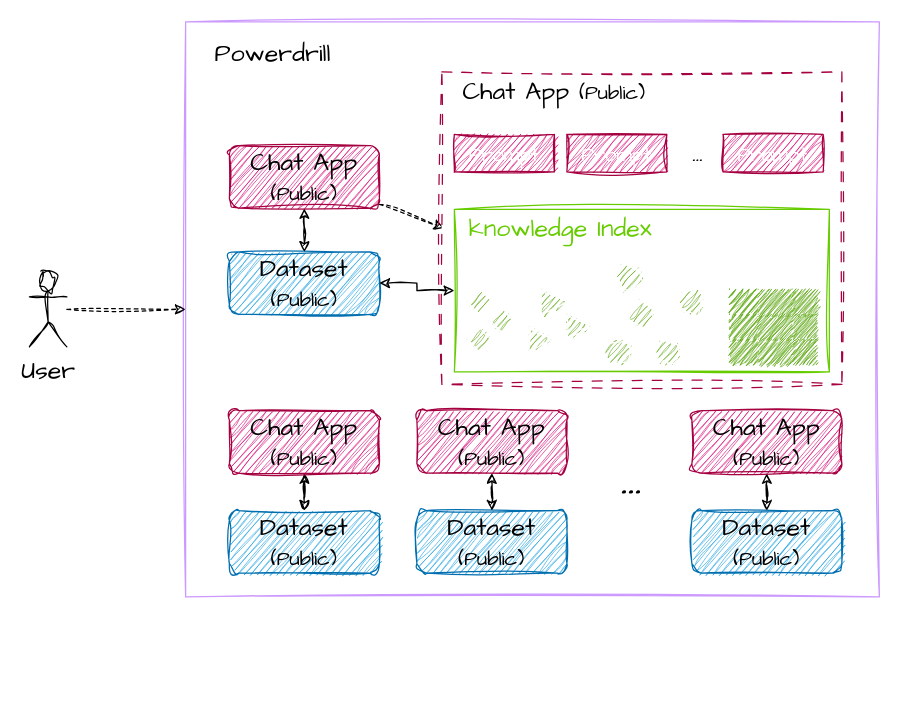
Earlier version of the draw.io diagram images/chat_app.drawio (powerdrillai/powerdrill_docs). Source tidied: cells renumbered, new cells numbered last; positions are measured from the earlier drawing's top-left corner, leaving out a move shared by most shapes. Both pictures are drawn from the tidied source at 125%, with x=0, y=0 at pixel (29, 21).
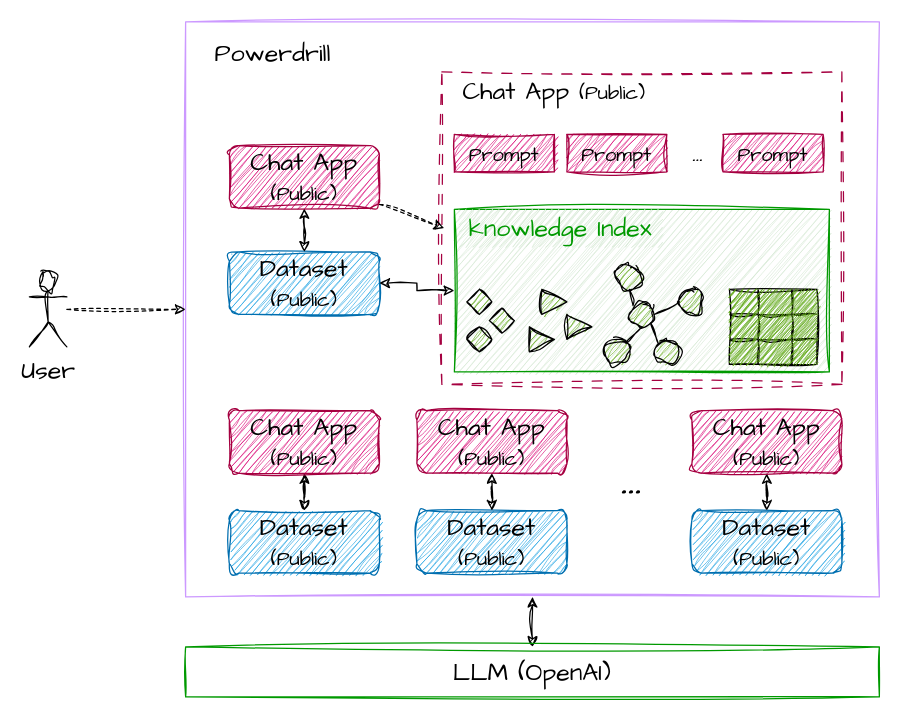
The same page after the edit.

Commit message (it also covers changes not shown here):
Update chat app doc

The change refers to these unchanged cells:
```xml
<mxCell id="2" style="rounded=0;whiteSpace=wrap;html=1;sketch=1;hachureGap=4;jiggle=2;curveFitting=1;fontFamily=Architects Daughter;fontSize=20;strokeColor=#CC99FF;" parent="1" vertex="1">
  <mxGeometry x="125" width="555" height="460" as="geometry" />
</mxCell>
```

Change to the diagram source:
```diff
@@
+    <mxCell id="65" style="edgeStyle=orthogonalEdgeStyle;rounded=0;sketch=1;hachureGap=4;jiggle=2;curveFitting=1;jettySize=auto;html=1;fontFamily=Architects Daughter;fontSize=16;startArrow=classic;startFill=1;" parent="1" edge="1" source="2" target="66">
+      <mxGeometry relative="1" as="geometry" />
+    </mxCell>
@@
+    <mxCell id="12" style="rounded=0;whiteSpace=wrap;html=1;sketch=1;hachureGap=4;jiggle=2;curveFitting=1;fontFamily=Architects Daughter;fontSize=20;strokeColor=#A50040;dashed=1;dashPattern=8 8;" parent="1" vertex="1">
+      <mxGeometry x="330" y="40" width="320" height="250" as="geometry" />
+    </mxCell>
+    <mxCell id="43" style="rounded=0;whiteSpace=wrap;html=1;sketch=1;hachureGap=4;jiggle=2;curveFitting=1;fontFamily=Architects Daughter;fontSize=20;strokeColor=#009900;fillColor=#d5e8d4;" parent="1" vertex="1">
+      <mxGeometry x="340" y="150" width="300" height="130" as="geometry" />
+    </mxCell>
@@
-    <mxCell id="12" style="rounded=0;whiteSpace=wrap;html=1;sketch=1;hachureGap=4;jiggle=2;curveFitting=1;fontFamily=Architects Daughter;fontSize=20;strokeColor=#A50040;dashed=1;dashPattern=8 8;" parent="1" vertex="1">
-      <mxGeometry x="330" y="40" width="320" height="250" as="geometry" />
-    </mxCell>
@@
-    <mxCell id="14" style="rhombus;whiteSpace=wrap;html=1;sketch=1;hachureGap=4;jiggle=2;curveFitting=1;fontFamily=Architects Daughter;fontSize=20;fillColor=#60a917;fontColor=#ffffff;strokeColor=#FFFFFF;" parent="1" vertex="1">
+    <mxCell id="14" style="rhombus;whiteSpace=wrap;html=1;sketch=1;hachureGap=4;jiggle=2;curveFitting=1;fontFamily=Architects Daughter;fontSize=20;fillColor=#60a917;fontColor=#000000;strokeColor=#000000;" parent="1" vertex="1">
       <mxGeometry x="350" y="214" width="20" height="20" as="geometry" />
     </mxCell>
-    <mxCell id="15" style="triangle;whiteSpace=wrap;html=1;sketch=1;hachureGap=4;jiggle=2;curveFitting=1;fontFamily=Architects Daughter;fontSize=20;fillColor=#60a917;fontColor=#ffffff;strokeColor=#FFFFFF;" parent="1" vertex="1">
+    <mxCell id="15" style="triangle;whiteSpace=wrap;html=1;sketch=1;hachureGap=4;jiggle=2;curveFitting=1;fontFamily=Architects Daughter;fontSize=20;fillColor=#60a917;fontColor=#000000;strokeColor=#000000;" parent="1" vertex="1">
       <mxGeometry x="410" y="214" width="20" height="20" as="geometry" />
     </mxCell>
-    <mxCell id="16" style="ellipse;whiteSpace=wrap;html=1;sketch=1;hachureGap=4;jiggle=2;curveFitting=1;fontFamily=Architects Daughter;fontSize=20;fillColor=#60a917;fontColor=#ffffff;strokeColor=#FFFFFF;" parent="1" vertex="1">
+    <mxCell id="16" style="ellipse;whiteSpace=wrap;html=1;sketch=1;hachureGap=4;jiggle=2;curveFitting=1;fontFamily=Architects Daughter;fontSize=20;fillColor=#60a917;fontColor=#000000;strokeColor=#000000;" parent="1" vertex="1">
       <mxGeometry x="480" y="224" width="20" height="20" as="geometry" />
     </mxCell>
-    <mxCell id="17" style="ellipse;whiteSpace=wrap;html=1;sketch=1;hachureGap=4;jiggle=2;curveFitting=1;fontFamily=Architects Daughter;fontSize=20;fillColor=#60a917;fontColor=#ffffff;strokeColor=#FFFFFF;" parent="1" vertex="1">
+    <mxCell id="17" style="ellipse;whiteSpace=wrap;html=1;sketch=1;hachureGap=4;jiggle=2;curveFitting=1;fontFamily=Architects Daughter;fontSize=20;fillColor=#60a917;fontColor=#000000;strokeColor=#000000;" parent="1" vertex="1">
       <mxGeometry x="460" y="254" width="20" height="20" as="geometry" />
     </mxCell>
-    <mxCell id="18" style="ellipse;whiteSpace=wrap;html=1;sketch=1;hachureGap=4;jiggle=2;curveFitting=1;fontFamily=Architects Daughter;fontSize=20;fillColor=#60a917;fontColor=#ffffff;strokeColor=#FFFFFF;" parent="1" vertex="1">
+    <mxCell id="18" style="ellipse;whiteSpace=wrap;html=1;sketch=1;hachureGap=4;jiggle=2;curveFitting=1;fontFamily=Architects Daughter;fontSize=20;fillColor=#60a917;fontColor=#000000;strokeColor=#000000;" parent="1" vertex="1">
       <mxGeometry x="500" y="254" width="20" height="20" as="geometry" />
     </mxCell>
-    <mxCell id="19" style="ellipse;whiteSpace=wrap;html=1;sketch=1;hachureGap=4;jiggle=2;curveFitting=1;fontFamily=Architects Daughter;fontSize=20;fillColor=#60a917;fontColor=#ffffff;strokeColor=#FFFFFF;" parent="1" vertex="1">
+    <mxCell id="19" style="ellipse;whiteSpace=wrap;html=1;sketch=1;hachureGap=4;jiggle=2;curveFitting=1;fontFamily=Architects Daughter;fontSize=20;fillColor=#60a917;fontColor=#000000;strokeColor=#000000;" parent="1" vertex="1">
       <mxGeometry x="470" y="194" width="20" height="20" as="geometry" />
     </mxCell>
-    <mxCell id="20" style="endArrow=none;html=1;rounded=0;sketch=1;hachureGap=4;jiggle=2;curveFitting=1;fontFamily=Architects Daughter;fontSize=16;entryX=0.5;entryY=1;entryDx=0;entryDy=0;exitX=0;exitY=0;exitDx=0;exitDy=0;fillColor=#60a917;strokeColor=#FFFFFF;" parent="1" edge="1" source="16" target="19">
+    <mxCell id="20" style="endArrow=none;html=1;rounded=0;sketch=1;hachureGap=4;jiggle=2;curveFitting=1;fontFamily=Architects Daughter;fontSize=16;entryX=0.5;entryY=1;entryDx=0;entryDy=0;exitX=0;exitY=0;exitDx=0;exitDy=0;fillColor=#60a917;strokeColor=#000000;fontColor=#000000;" parent="1" edge="1" source="16" target="19">
       <mxGeometry relative="1" as="geometry" />
     </mxCell>
-    <mxCell id="21" style="endArrow=none;html=1;rounded=0;sketch=1;hachureGap=4;jiggle=2;curveFitting=1;fontFamily=Architects Daughter;fontSize=16;entryX=0.5;entryY=1;entryDx=0;entryDy=0;exitX=1;exitY=0;exitDx=0;exitDy=0;fillColor=#60a917;strokeColor=#FFFFFF;" parent="1" edge="1" source="17" target="16">
+    <mxCell id="21" style="endArrow=none;html=1;rounded=0;sketch=1;hachureGap=4;jiggle=2;curveFitting=1;fontFamily=Architects Daughter;fontSize=16;entryX=0.5;entryY=1;entryDx=0;entryDy=0;exitX=1;exitY=0;exitDx=0;exitDy=0;fillColor=#60a917;strokeColor=#000000;fontColor=#000000;" parent="1" edge="1" source="17" target="16">
       <mxGeometry relative="1" as="geometry" />
     </mxCell>
-    <mxCell id="22" style="endArrow=none;html=1;rounded=0;sketch=1;hachureGap=4;jiggle=2;curveFitting=1;fontFamily=Architects Daughter;fontSize=16;entryX=1;entryY=1;entryDx=0;entryDy=0;exitX=0;exitY=0;exitDx=0;exitDy=0;fillColor=#60a917;strokeColor=#FFFFFF;" parent="1" edge="1" source="18" target="16">
+    <mxCell id="22" style="endArrow=none;html=1;rounded=0;sketch=1;hachureGap=4;jiggle=2;curveFitting=1;fontFamily=Architects Daughter;fontSize=16;entryX=1;entryY=1;entryDx=0;entryDy=0;exitX=0;exitY=0;exitDx=0;exitDy=0;fillColor=#60a917;strokeColor=#000000;fontColor=#000000;" parent="1" edge="1" source="18" target="16">
       <mxGeometry relative="1" as="geometry" />
     </mxCell>
-    <mxCell id="23" style="ellipse;whiteSpace=wrap;html=1;sketch=1;hachureGap=4;jiggle=2;curveFitting=1;fontFamily=Architects Daughter;fontSize=20;fillColor=#60a917;fontColor=#ffffff;strokeColor=#FFFFFF;" parent="1" vertex="1">
+    <mxCell id="23" style="ellipse;whiteSpace=wrap;html=1;sketch=1;hachureGap=4;jiggle=2;curveFitting=1;fontFamily=Architects Daughter;fontSize=20;fillColor=#60a917;fontColor=#000000;strokeColor=#000000;" parent="1" vertex="1">
       <mxGeometry x="520" y="214" width="20" height="20" as="geometry" />
     </mxCell>
-    <mxCell id="24" style="endArrow=none;html=1;rounded=0;sketch=1;hachureGap=4;jiggle=2;curveFitting=1;fontFamily=Architects Daughter;fontSize=16;entryX=0;entryY=0.5;entryDx=0;entryDy=0;exitX=1;exitY=0.5;exitDx=0;exitDy=0;fillColor=#60a917;strokeColor=#FFFFFF;" parent="1" edge="1" source="16" target="23">
+    <mxCell id="24" style="endArrow=none;html=1;rounded=0;sketch=1;hachureGap=4;jiggle=2;curveFitting=1;fontFamily=Architects Daughter;fontSize=16;entryX=0;entryY=0.5;entryDx=0;entryDy=0;exitX=1;exitY=0.5;exitDx=0;exitDy=0;fillColor=#60a917;strokeColor=#000000;fontColor=#000000;" parent="1" edge="1" source="16" target="23">
       <mxGeometry relative="1" as="geometry" />
     </mxCell>
-    <mxCell id="25" style="triangle;whiteSpace=wrap;html=1;sketch=1;hachureGap=4;jiggle=2;curveFitting=1;fontFamily=Architects Daughter;fontSize=20;fillColor=#60a917;fontColor=#ffffff;strokeColor=#FFFFFF;" parent="1" vertex="1">
+    <mxCell id="25" style="triangle;whiteSpace=wrap;html=1;sketch=1;hachureGap=4;jiggle=2;curveFitting=1;fontFamily=Architects Daughter;fontSize=20;fillColor=#60a917;fontColor=#000000;strokeColor=#000000;" parent="1" vertex="1">
       <mxGeometry x="400" y="244" width="20" height="20" as="geometry" />
     </mxCell>
-    <mxCell id="26" style="triangle;whiteSpace=wrap;html=1;sketch=1;hachureGap=4;jiggle=2;curveFitting=1;fontFamily=Architects Daughter;fontSize=20;fillColor=#60a917;fontColor=#ffffff;strokeColor=#FFFFFF;" parent="1" vertex="1">
+    <mxCell id="26" style="triangle;whiteSpace=wrap;html=1;sketch=1;hachureGap=4;jiggle=2;curveFitting=1;fontFamily=Architects Daughter;fontSize=20;fillColor=#60a917;fontColor=#000000;strokeColor=#000000;" parent="1" vertex="1">
       <mxGeometry x="430" y="234" width="20" height="20" as="geometry" />
     </mxCell>
-    <mxCell id="27" style="rhombus;whiteSpace=wrap;html=1;sketch=1;hachureGap=4;jiggle=2;curveFitting=1;fontFamily=Architects Daughter;fontSize=20;fillColor=#60a917;fontColor=#ffffff;strokeColor=#FFFFFF;" parent="1" vertex="1">
+    <mxCell id="27" style="rhombus;whiteSpace=wrap;html=1;sketch=1;hachureGap=4;jiggle=2;curveFitting=1;fontFamily=Architects Daughter;fontSize=20;fillColor=#60a917;fontColor=#000000;strokeColor=#000000;" parent="1" vertex="1">
       <mxGeometry x="350" y="244" width="20" height="20" as="geometry" />
     </mxCell>
-    <mxCell id="28" style="rhombus;whiteSpace=wrap;html=1;sketch=1;hachureGap=4;jiggle=2;curveFitting=1;fontFamily=Architects Daughter;fontSize=20;fillColor=#60a917;fontColor=#ffffff;strokeColor=#FFFFFF;" parent="1" vertex="1">
+    <mxCell id="28" style="rhombus;whiteSpace=wrap;html=1;sketch=1;hachureGap=4;jiggle=2;curveFitting=1;fontFamily=Architects Daughter;fontSize=20;fillColor=#60a917;fontColor=#000000;strokeColor=#000000;" parent="1" vertex="1">
       <mxGeometry x="368" y="229" width="20" height="20" as="geometry" />
     </mxCell>
-    <mxCell id="29" style="shape=table;startSize=0;childLayout=tableLayout;fontSize=16;sketch=1;hachureGap=4;jiggle=2;curveFitting=1;fontFamily=Architects Daughter;fillColor=#60a917;fontColor=#ffffff;strokeColor=#FFFFFF;" parent="1" vertex="1">
+    <mxCell id="29" style="shape=table;startSize=0;childLayout=tableLayout;fontSize=16;sketch=1;hachureGap=4;jiggle=2;curveFitting=1;fontFamily=Architects Daughter;fillColor=#60a917;fontColor=#000000;strokeColor=#000000;" parent="1" vertex="1">
       <mxGeometry x="560" y="214" width="70" height="60" as="geometry" />
     </mxCell>
-    <mxCell id="30" style="shape=tableRow;horizontal=0;startSize=0;swimlaneHead=0;swimlaneBody=0;strokeColor=#FFFFFF;top=0;left=0;bottom=0;right=0;fillColor=#60a917;fontSize=16;sketch=1;hachureGap=4;jiggle=2;curveFitting=1;fontFamily=Architects Daughter;fontColor=#ffffff;" parent="29" vertex="1">
+    <mxCell id="30" style="shape=tableRow;horizontal=0;startSize=0;swimlaneHead=0;swimlaneBody=0;strokeColor=#000000;top=0;left=0;bottom=0;right=0;fillColor=#60a917;fontSize=16;sketch=1;hachureGap=4;jiggle=2;curveFitting=1;fontFamily=Architects Daughter;fontColor=#000000;" parent="29" vertex="1">
       <mxGeometry width="70" height="20" as="geometry" />
     </mxCell>
-    <mxCell id="31" style="shape=partialRectangle;html=1;whiteSpace=wrap;strokeColor=#FFFFFF;overflow=hidden;fillColor=#60a917;top=0;left=0;bottom=0;right=0;fontSize=16;sketch=1;hachureGap=4;jiggle=2;curveFitting=1;fontFamily=Architects Daughter;fontColor=#ffffff;" parent="30" vertex="1">
+    <mxCell id="31" style="shape=partialRectangle;html=1;whiteSpace=wrap;strokeColor=#000000;overflow=hidden;fillColor=#60a917;top=0;left=0;bottom=0;right=0;fontSize=16;sketch=1;hachureGap=4;jiggle=2;curveFitting=1;fontFamily=Architects Daughter;fontColor=#000000;" parent="30" vertex="1">
       <mxGeometry width="23" height="20" as="geometry" />
     </mxCell>
-    <mxCell id="32" style="shape=partialRectangle;html=1;whiteSpace=wrap;strokeColor=#FFFFFF;overflow=hidden;fillColor=#60a917;top=0;left=0;bottom=0;right=0;fontSize=16;sketch=1;hachureGap=4;jiggle=2;curveFitting=1;fontFamily=Architects Daughter;fontColor=#ffffff;" parent="30" vertex="1">
+    <mxCell id="32" style="shape=partialRectangle;html=1;whiteSpace=wrap;strokeColor=#000000;overflow=hidden;fillColor=#60a917;top=0;left=0;bottom=0;right=0;fontSize=16;sketch=1;hachureGap=4;jiggle=2;curveFitting=1;fontFamily=Architects Daughter;fontColor=#000000;" parent="30" vertex="1">
       <mxGeometry x="23" width="27" height="20" as="geometry" />
     </mxCell>
-    <mxCell id="33" style="shape=partialRectangle;html=1;whiteSpace=wrap;strokeColor=#FFFFFF;overflow=hidden;fillColor=#60a917;top=0;left=0;bottom=0;right=0;fontSize=16;sketch=1;hachureGap=4;jiggle=2;curveFitting=1;fontFamily=Architects Daughter;fontColor=#ffffff;" parent="30" vertex="1">
+    <mxCell id="33" style="shape=partialRectangle;html=1;whiteSpace=wrap;strokeColor=#000000;overflow=hidden;fillColor=#60a917;top=0;left=0;bottom=0;right=0;fontSize=16;sketch=1;hachureGap=4;jiggle=2;curveFitting=1;fontFamily=Architects Daughter;fontColor=#000000;" parent="30" vertex="1">
       <mxGeometry x="50" width="20" height="20" as="geometry" />
     </mxCell>
-    <mxCell id="34" style="shape=tableRow;horizontal=0;startSize=0;swimlaneHead=0;swimlaneBody=0;strokeColor=#FFFFFF;top=0;left=0;bottom=0;right=0;fillColor=#60a917;fontSize=16;sketch=1;hachureGap=4;jiggle=2;curveFitting=1;fontFamily=Architects Daughter;fontColor=#ffffff;" parent="29" vertex="1">
+    <mxCell id="34" style="shape=tableRow;horizontal=0;startSize=0;swimlaneHead=0;swimlaneBody=0;strokeColor=#000000;top=0;left=0;bottom=0;right=0;fillColor=#60a917;fontSize=16;sketch=1;hachureGap=4;jiggle=2;curveFitting=1;fontFamily=Architects Daughter;fontColor=#000000;" parent="29" vertex="1">
       <mxGeometry y="20" width="70" height="20" as="geometry" />
     </mxCell>
-    <mxCell id="35" style="shape=partialRectangle;html=1;whiteSpace=wrap;strokeColor=#FFFFFF;overflow=hidden;fillColor=#60a917;top=0;left=0;bottom=0;right=0;fontSize=16;sketch=1;hachureGap=4;jiggle=2;curveFitting=1;fontFamily=Architects Daughter;fontColor=#ffffff;" parent="34" vertex="1">
+    <mxCell id="35" style="shape=partialRectangle;html=1;whiteSpace=wrap;strokeColor=#000000;overflow=hidden;fillColor=#60a917;top=0;left=0;bottom=0;right=0;fontSize=16;sketch=1;hachureGap=4;jiggle=2;curveFitting=1;fontFamily=Architects Daughter;fontColor=#000000;" parent="34" vertex="1">
       <mxGeometry width="23" height="20" as="geometry" />
     </mxCell>
-    <mxCell id="36" style="shape=partialRectangle;html=1;whiteSpace=wrap;strokeColor=#FFFFFF;overflow=hidden;fillColor=#60a917;top=0;left=0;bottom=0;right=0;fontSize=16;sketch=1;hachureGap=4;jiggle=2;curveFitting=1;fontFamily=Architects Daughter;fontColor=#ffffff;" parent="34" vertex="1">
+    <mxCell id="36" style="shape=partialRectangle;html=1;whiteSpace=wrap;strokeColor=#000000;overflow=hidden;fillColor=#60a917;top=0;left=0;bottom=0;right=0;fontSize=16;sketch=1;hachureGap=4;jiggle=2;curveFitting=1;fontFamily=Architects Daughter;fontColor=#000000;" parent="34" vertex="1">
       <mxGeometry x="23" width="27" height="20" as="geometry" />
     </mxCell>
-    <mxCell id="37" style="shape=partialRectangle;html=1;whiteSpace=wrap;strokeColor=#FFFFFF;overflow=hidden;fillColor=#60a917;top=0;left=0;bottom=0;right=0;fontSize=16;sketch=1;hachureGap=4;jiggle=2;curveFitting=1;fontFamily=Architects Daughter;fontColor=#ffffff;" parent="34" vertex="1">
+    <mxCell id="37" style="shape=partialRectangle;html=1;whiteSpace=wrap;strokeColor=#000000;overflow=hidden;fillColor=#60a917;top=0;left=0;bottom=0;right=0;fontSize=16;sketch=1;hachureGap=4;jiggle=2;curveFitting=1;fontFamily=Architects Daughter;fontColor=#000000;" parent="34" vertex="1">
       <mxGeometry x="50" width="20" height="20" as="geometry" />
     </mxCell>
-    <mxCell id="38" style="shape=tableRow;horizontal=0;startSize=0;swimlaneHead=0;swimlaneBody=0;strokeColor=#FFFFFF;top=0;left=0;bottom=0;right=0;fillColor=#60a917;fontSize=16;sketch=1;hachureGap=4;jiggle=2;curveFitting=1;fontFamily=Architects Daughter;fontColor=#ffffff;" parent="29" vertex="1">
+    <mxCell id="38" style="shape=tableRow;horizontal=0;startSize=0;swimlaneHead=0;swimlaneBody=0;strokeColor=#000000;top=0;left=0;bottom=0;right=0;fillColor=#60a917;fontSize=16;sketch=1;hachureGap=4;jiggle=2;curveFitting=1;fontFamily=Architects Daughter;fontColor=#000000;" parent="29" vertex="1">
       <mxGeometry y="40" width="70" height="20" as="geometry" />
     </mxCell>
-    <mxCell id="39" style="shape=partialRectangle;html=1;whiteSpace=wrap;strokeColor=#FFFFFF;overflow=hidden;fillColor=#60a917;top=0;left=0;bottom=0;right=0;fontSize=16;sketch=1;hachureGap=4;jiggle=2;curveFitting=1;fontFamily=Architects Daughter;fontColor=#ffffff;" parent="38" vertex="1">
+    <mxCell id="39" style="shape=partialRectangle;html=1;whiteSpace=wrap;strokeColor=#000000;overflow=hidden;fillColor=#60a917;top=0;left=0;bottom=0;right=0;fontSize=16;sketch=1;hachureGap=4;jiggle=2;curveFitting=1;fontFamily=Architects Daughter;fontColor=#000000;" parent="38" vertex="1">
       <mxGeometry width="23" height="20" as="geometry" />
     </mxCell>
-    <mxCell id="40" style="shape=partialRectangle;html=1;whiteSpace=wrap;strokeColor=#FFFFFF;overflow=hidden;fillColor=#60a917;top=0;left=0;bottom=0;right=0;fontSize=16;sketch=1;hachureGap=4;jiggle=2;curveFitting=1;fontFamily=Architects Daughter;fontColor=#ffffff;" parent="38" vertex="1">
+    <mxCell id="40" style="shape=partialRectangle;html=1;whiteSpace=wrap;strokeColor=#000000;overflow=hidden;fillColor=#60a917;top=0;left=0;bottom=0;right=0;fontSize=16;sketch=1;hachureGap=4;jiggle=2;curveFitting=1;fontFamily=Architects Daughter;fontColor=#000000;" parent="38" vertex="1">
       <mxGeometry x="23" width="27" height="20" as="geometry" />
     </mxCell>
-    <mxCell id="41" style="shape=partialRectangle;html=1;whiteSpace=wrap;strokeColor=#FFFFFF;overflow=hidden;fillColor=#60a917;top=0;left=0;bottom=0;right=0;fontSize=16;sketch=1;hachureGap=4;jiggle=2;curveFitting=1;fontFamily=Architects Daughter;fontColor=#ffffff;" parent="38" vertex="1">
+    <mxCell id="41" style="shape=partialRectangle;html=1;whiteSpace=wrap;strokeColor=#000000;overflow=hidden;fillColor=#60a917;top=0;left=0;bottom=0;right=0;fontSize=16;sketch=1;hachureGap=4;jiggle=2;curveFitting=1;fontFamily=Architects Daughter;fontColor=#000000;" parent="38" vertex="1">
       <mxGeometry x="50" width="20" height="20" as="geometry" />
     </mxCell>
@@
-    <mxCell id="43" style="rounded=0;whiteSpace=wrap;html=1;sketch=1;hachureGap=4;jiggle=2;curveFitting=1;fontFamily=Architects Daughter;fontSize=20;strokeColor=#66CC00;fillColor=none;" parent="1" vertex="1">
-      <mxGeometry x="340" y="150" width="300" height="130" as="geometry" />
-    </mxCell>
-    <mxCell id="44" value="&lt;font color=&quot;#66cc00&quot;&gt;knowledge Index&lt;/font&gt;" style="text;html=1;strokeColor=none;fillColor=none;align=center;verticalAlign=middle;whiteSpace=wrap;rounded=0;fontSize=20;fontFamily=Architects Daughter;sketch=1;curveFitting=1;jiggle=2;" parent="1" vertex="1">
+    <mxCell id="44" value="&lt;font color=&quot;#009900&quot;&gt;knowledge Index&lt;/font&gt;" style="text;html=1;strokeColor=none;fillColor=#d5e8d4;align=center;verticalAlign=middle;whiteSpace=wrap;rounded=0;fontSize=20;fontFamily=Architects Daughter;sketch=1;curveFitting=1;jiggle=2;" parent="1" vertex="1">
       <mxGeometry x="344" y="150" width="162" height="30" as="geometry" />
     </mxCell>
-    <mxCell id="45" value="&lt;font style=&quot;font-size: 16px;&quot;&gt;Prompt&lt;/font&gt;" style="rounded=0;whiteSpace=wrap;html=1;sketch=1;hachureGap=4;jiggle=2;curveFitting=1;fontFamily=Architects Daughter;fontSize=20;strokeColor=#A50040;fillColor=#d80073;fontColor=#ffffff;" parent="1" vertex="1">
+    <mxCell id="45" value="&lt;font style=&quot;font-size: 16px;&quot;&gt;Prompt&lt;/font&gt;" style="rounded=0;whiteSpace=wrap;html=1;sketch=1;hachureGap=4;jiggle=2;curveFitting=1;fontFamily=Architects Daughter;fontSize=20;strokeColor=#A50040;fillColor=#d80073;fontColor=#000000;" parent="1" vertex="1">
       <mxGeometry x="340" y="90" width="80" height="30" as="geometry" />
     </mxCell>
-    <mxCell id="46" value="&lt;font style=&quot;font-size: 16px;&quot;&gt;Prompt&lt;/font&gt;" style="rounded=0;whiteSpace=wrap;html=1;sketch=1;hachureGap=4;jiggle=2;curveFitting=1;fontFamily=Architects Daughter;fontSize=20;strokeColor=#A50040;fillColor=#d80073;fontColor=#ffffff;" parent="1" vertex="1">
+    <mxCell id="46" value="&lt;font style=&quot;font-size: 16px;&quot;&gt;Prompt&lt;/font&gt;" style="rounded=0;whiteSpace=wrap;html=1;sketch=1;hachureGap=4;jiggle=2;curveFitting=1;fontFamily=Architects Daughter;fontSize=20;strokeColor=#A50040;fillColor=#d80073;fontColor=#000000;" parent="1" vertex="1">
       <mxGeometry x="430" y="90" width="80" height="30" as="geometry" />
     </mxCell>
-    <mxCell id="47" value="&lt;font style=&quot;font-size: 16px;&quot;&gt;Prompt&lt;/font&gt;" style="rounded=0;whiteSpace=wrap;html=1;sketch=1;hachureGap=4;jiggle=2;curveFitting=1;fontFamily=Architects Daughter;fontSize=20;strokeColor=#A50040;fillColor=#d80073;fontColor=#ffffff;" parent="1" vertex="1">
+    <mxCell id="47" value="&lt;font style=&quot;font-size: 16px;&quot;&gt;Prompt&lt;/font&gt;" style="rounded=0;whiteSpace=wrap;html=1;sketch=1;hachureGap=4;jiggle=2;curveFitting=1;fontFamily=Architects Daughter;fontSize=20;strokeColor=#A50040;fillColor=#d80073;fontColor=#000000;" parent="1" vertex="1">
       <mxGeometry x="555" y="90" width="80" height="30" as="geometry" />
     </mxCell>
@@
+    <mxCell id="66" value="LLM (OpenAI)" style="rounded=0;whiteSpace=wrap;html=1;sketch=1;hachureGap=4;jiggle=2;curveFitting=1;fontFamily=Architects Daughter;fontSize=20;strokeColor=#009900;fillColor=none;" parent="1" vertex="1">
+      <mxGeometry x="125" y="500" width="555" height="40" as="geometry" />
+    </mxCell>
```
